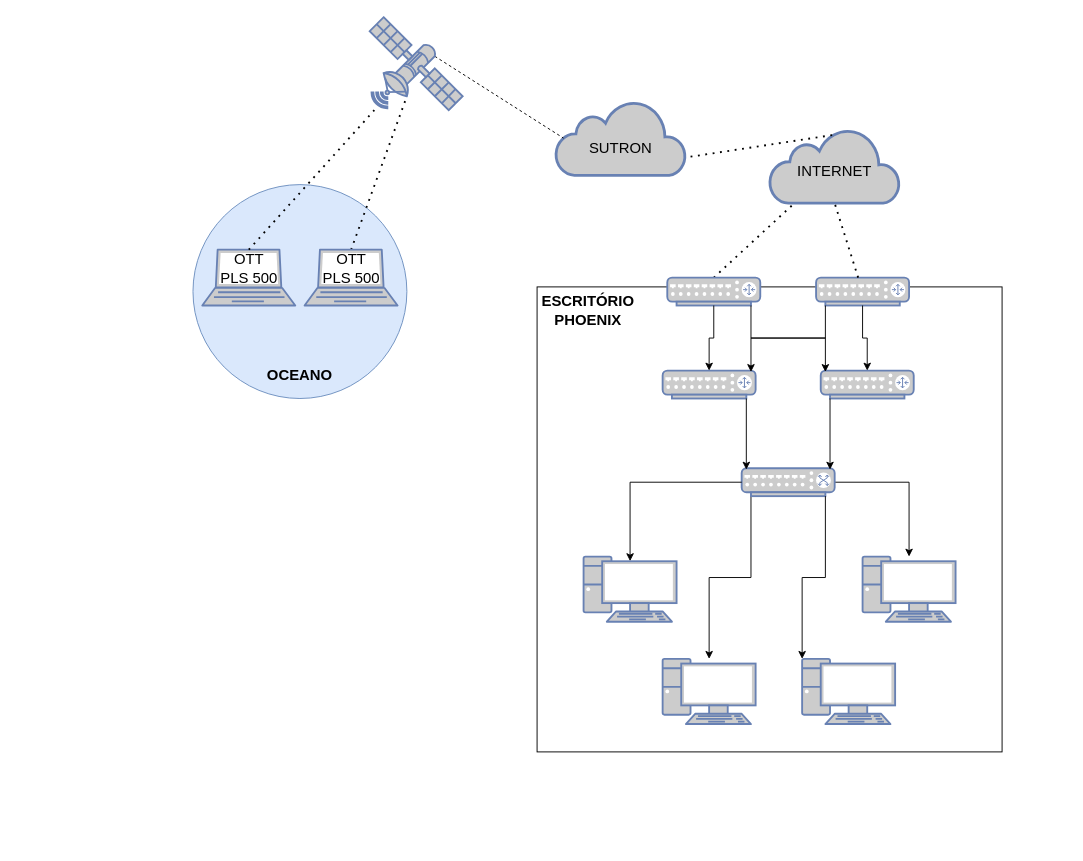
The draw.io diagram PhoenixSystems.drawio in ChangeNameLaterGS/Name-Netwok, before the edit. Source tidied: cells renumbered, new cells numbered last; positions are measured from the earlier drawing's top-left corner, leaving out a move shared by most shapes. Both pictures are drawn from the tidied source at 93%, with x=0, y=0 at pixel (193, 17).
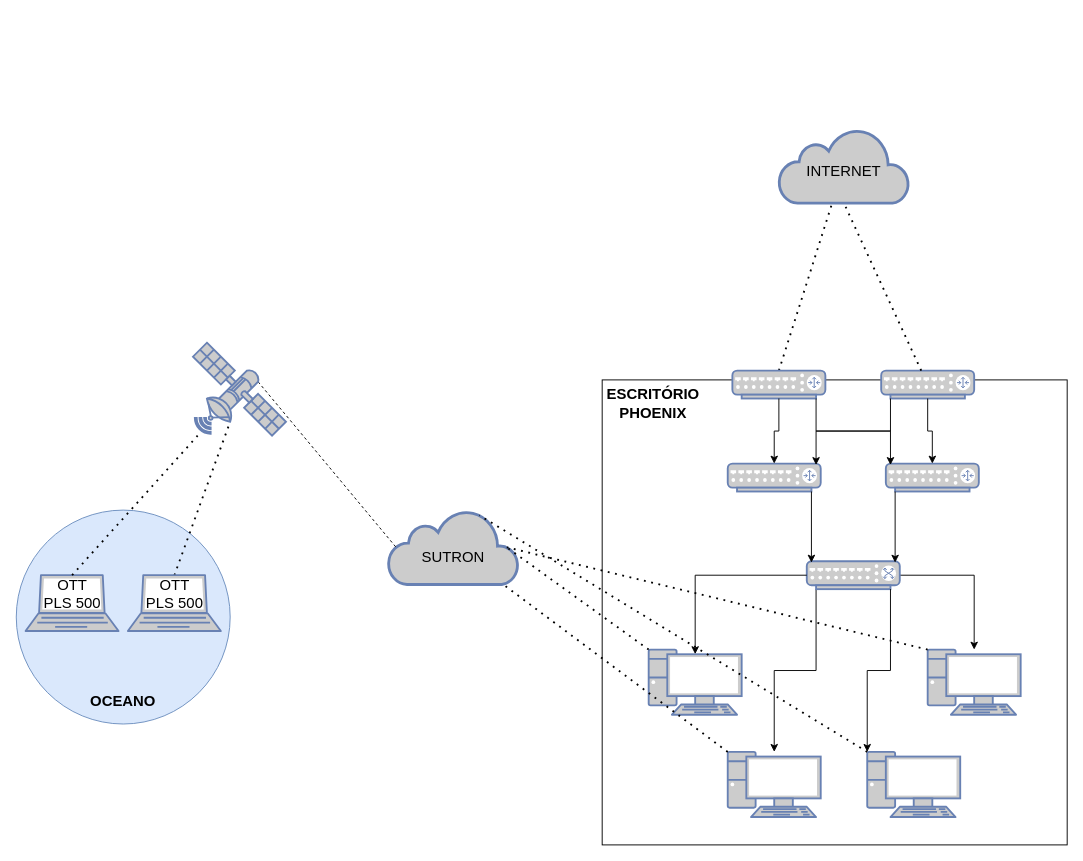
The same diagram, later.

Change to the diagram source:
```diff
@@
     <mxCell id="2" style="html=1;outlineConnect=0;fillColor=#CCCCCC;strokeColor=#6881B3;gradientColor=none;gradientDirection=north;strokeWidth=2;shape=mxgraph.networks.cloud;fontColor=#ffffff;" parent="1" vertex="1">
-      <mxGeometry x="390" y="90" width="140" height="80" as="geometry" />
+      <mxGeometry x="210" y="530" width="140" height="80" as="geometry" />
     </mxCell>
@@
     <mxCell id="4" style="ellipse;whiteSpace=wrap;html=1;fillColor=#dae8fc;strokeColor=#6c8ebf;" parent="1" vertex="1">
-      <mxGeometry y="180" width="230" height="230" as="geometry" />
+      <mxGeometry x="-190" y="530" width="230" height="230" as="geometry" />
     </mxCell>
     <mxCell id="5" value="SUTRON" style="rounded=0;whiteSpace=wrap;html=1;strokeColor=none;fillColor=none;strokeWidth=2;fontSize=16;" parent="1" vertex="1">
-      <mxGeometry x="425" y="125" width="70" height="30" as="geometry" />
+      <mxGeometry x="245" y="565" width="70" height="30" as="geometry" />
     </mxCell>
     <mxCell id="6" style="html=1;outlineConnect=0;fillColor=#CCCCCC;strokeColor=#6881B3;gradientColor=none;gradientDirection=north;strokeWidth=2;shape=mxgraph.networks.cloud;fontColor=#ffffff;" parent="1" vertex="1">
-      <mxGeometry x="620" y="120" width="140" height="80" as="geometry" />
+      <mxGeometry x="630" y="120" width="140" height="80" as="geometry" />
     </mxCell>
     <mxCell id="7" value="INTERNET" style="rounded=0;whiteSpace=wrap;html=1;strokeColor=none;fillColor=none;strokeWidth=2;fontSize=16;" parent="1" vertex="1">
-      <mxGeometry x="655" y="150" width="70" height="30" as="geometry" />
+      <mxGeometry x="665" y="150" width="70" height="30" as="geometry" />
     </mxCell>
     <mxCell id="8" style="fontColor=#0066CC;verticalAlign=top;verticalLabelPosition=bottom;labelPosition=center;align=center;html=1;outlineConnect=0;fillColor=#CCCCCC;strokeColor=#6881B3;gradientColor=none;gradientDirection=north;strokeWidth=2;shape=mxgraph.networks.satellite;" parent="1" vertex="1">
-      <mxGeometry x="190" width="100" height="100" as="geometry" />
+      <mxGeometry y="350" width="100" height="100" as="geometry" />
     </mxCell>
-    <mxCell id="9" style="endArrow=none;dashed=1;html=1;dashPattern=1 3;strokeWidth=2;rounded=0;entryX=0.5;entryY=0.08;entryDx=0;entryDy=0;entryPerimeter=0;exitX=1.036;exitY=0.75;exitDx=0;exitDy=0;exitPerimeter=0;" parent="1" edge="1" source="2" target="6">
-      <mxGeometry relative="1" as="geometry" />
-    </mxCell>
@@
     <mxCell id="11" style="whiteSpace=wrap;html=1;" parent="1" vertex="1">
-      <mxGeometry x="370" y="290" width="500" height="500" as="geometry" />
+      <mxGeometry x="440" y="390" width="500" height="500" as="geometry" />
     </mxCell>
     <mxCell id="12" style="fontColor=#0066CC;verticalAlign=top;verticalLabelPosition=bottom;labelPosition=center;align=center;html=1;outlineConnect=0;fillColor=#CCCCCC;strokeColor=#6881B3;gradientColor=none;gradientDirection=north;strokeWidth=2;shape=mxgraph.networks.router;" parent="1" vertex="1">
-      <mxGeometry x="510" y="280" width="100" height="30" as="geometry" />
+      <mxGeometry x="580" y="380" width="100" height="30" as="geometry" />
     </mxCell>
@@
     <mxCell id="15" style="fontColor=#0066CC;verticalAlign=top;verticalLabelPosition=bottom;labelPosition=center;align=center;html=1;outlineConnect=0;fillColor=#CCCCCC;strokeColor=#6881B3;gradientColor=none;gradientDirection=north;strokeWidth=2;shape=mxgraph.networks.switch;" parent="1" vertex="1">
-      <mxGeometry x="590" y="485" width="100" height="30" as="geometry" />
+      <mxGeometry x="660" y="585" width="100" height="30" as="geometry" />
     </mxCell>
     <mxCell id="16" style="fontColor=#0066CC;verticalAlign=top;verticalLabelPosition=bottom;labelPosition=center;align=center;html=1;outlineConnect=0;fillColor=#CCCCCC;strokeColor=#6881B3;gradientColor=none;gradientDirection=north;strokeWidth=2;shape=mxgraph.networks.pc;" parent="1" vertex="1">
-      <mxGeometry x="420" y="580" width="100" height="70" as="geometry" />
+      <mxGeometry x="490" y="680" width="100" height="70" as="geometry" />
     </mxCell>
     <mxCell id="17" style="fontColor=#0066CC;verticalAlign=top;verticalLabelPosition=bottom;labelPosition=center;align=center;html=1;outlineConnect=0;fillColor=#CCCCCC;strokeColor=#6881B3;gradientColor=none;gradientDirection=north;strokeWidth=2;shape=mxgraph.networks.pc;" parent="1" vertex="1">
-      <mxGeometry x="505" y="690" width="100" height="70" as="geometry" />
+      <mxGeometry x="575" y="790" width="100" height="70" as="geometry" />
     </mxCell>
     <mxCell id="18" style="fontColor=#0066CC;verticalAlign=top;verticalLabelPosition=bottom;labelPosition=center;align=center;html=1;outlineConnect=0;fillColor=#CCCCCC;strokeColor=#6881B3;gradientColor=none;gradientDirection=north;strokeWidth=2;shape=mxgraph.networks.pc;" parent="1" vertex="1">
-      <mxGeometry x="720" y="580" width="100" height="70" as="geometry" />
+      <mxGeometry x="790" y="680" width="100" height="70" as="geometry" />
     </mxCell>
     <mxCell id="19" style="fontColor=#0066CC;verticalAlign=top;verticalLabelPosition=bottom;labelPosition=center;align=center;html=1;outlineConnect=0;fillColor=#CCCCCC;strokeColor=#6881B3;gradientColor=none;gradientDirection=north;strokeWidth=2;shape=mxgraph.networks.pc;" parent="1" vertex="1">
-      <mxGeometry x="655" y="690" width="100" height="70" as="geometry" />
+      <mxGeometry x="725" y="790" width="100" height="70" as="geometry" />
     </mxCell>
@@
     <mxCell id="22" style="fontColor=#0066CC;verticalAlign=top;verticalLabelPosition=bottom;labelPosition=center;align=center;html=1;outlineConnect=0;fillColor=#CCCCCC;strokeColor=#6881B3;gradientColor=none;gradientDirection=north;strokeWidth=2;shape=mxgraph.networks.laptop;" parent="1" vertex="1">
-      <mxGeometry x="10" y="250" width="100" height="60" as="geometry" />
+      <mxGeometry x="-180" y="600" width="100" height="60" as="geometry" />
     </mxCell>
@@
     <mxCell id="25" value="ESCRITÓRIO PHOENIX" style="rounded=0;whiteSpace=wrap;html=1;strokeColor=none;fillColor=none;strokeWidth=2;fontSize=16;fontStyle=1;" parent="1" vertex="1">
-      <mxGeometry x="390" y="300" width="70" height="30" as="geometry" />
+      <mxGeometry x="460" y="400" width="70" height="30" as="geometry" />
     </mxCell>
     <mxCell id="26" value="OCEANO" style="rounded=0;whiteSpace=wrap;html=1;strokeColor=none;fillColor=none;strokeWidth=2;fontSize=16;fontStyle=1;" parent="1" vertex="1">
-      <mxGeometry x="80" y="370" width="70" height="30" as="geometry" />
+      <mxGeometry x="-110" y="720" width="70" height="30" as="geometry" />
     </mxCell>
     <mxCell id="27" value="OTT PLS 500" style="rounded=0;whiteSpace=wrap;html=1;strokeColor=none;fillColor=none;strokeWidth=2;fontSize=16;" parent="1" vertex="1">
-      <mxGeometry x="27.5" y="260" width="65" height="20" as="geometry" />
+      <mxGeometry x="-162.5" y="610" width="65" height="20" as="geometry" />
     </mxCell>
     <mxCell id="28" style="fontColor=#0066CC;verticalAlign=top;verticalLabelPosition=bottom;labelPosition=center;align=center;html=1;outlineConnect=0;fillColor=#CCCCCC;strokeColor=#6881B3;gradientColor=none;gradientDirection=north;strokeWidth=2;shape=mxgraph.networks.laptop;" parent="1" vertex="1">
-      <mxGeometry x="120" y="250" width="100" height="60" as="geometry" />
+      <mxGeometry x="-70" y="600" width="100" height="60" as="geometry" />
     </mxCell>
     <mxCell id="29" value="OTT PLS 500" style="rounded=0;whiteSpace=wrap;html=1;strokeColor=none;fillColor=none;strokeWidth=2;fontSize=16;" parent="1" vertex="1">
-      <mxGeometry x="137.5" y="260" width="65" height="20" as="geometry" />
+      <mxGeometry x="-52.5" y="610" width="65" height="20" as="geometry" />
     </mxCell>
     <mxCell id="30" style="fontColor=#0066CC;verticalAlign=top;verticalLabelPosition=bottom;labelPosition=center;align=center;html=1;outlineConnect=0;fillColor=#CCCCCC;strokeColor=#6881B3;gradientColor=none;gradientDirection=north;strokeWidth=2;shape=mxgraph.networks.router;" parent="1" vertex="1">
-      <mxGeometry x="670" y="280" width="100" height="30" as="geometry" />
+      <mxGeometry x="740" y="380" width="100" height="30" as="geometry" />
     </mxCell>
@@
     <mxCell id="32" style="fontColor=#0066CC;verticalAlign=top;verticalLabelPosition=bottom;labelPosition=center;align=center;html=1;outlineConnect=0;fillColor=#CCCCCC;strokeColor=#6881B3;gradientColor=none;gradientDirection=north;strokeWidth=2;shape=mxgraph.networks.router;" parent="1" vertex="1">
-      <mxGeometry x="505" y="380" width="100" height="30" as="geometry" />
+      <mxGeometry x="575" y="480" width="100" height="30" as="geometry" />
     </mxCell>
     <mxCell id="33" style="fontColor=#0066CC;verticalAlign=top;verticalLabelPosition=bottom;labelPosition=center;align=center;html=1;outlineConnect=0;fillColor=#CCCCCC;strokeColor=#6881B3;gradientColor=none;gradientDirection=north;strokeWidth=2;shape=mxgraph.networks.router;" parent="1" vertex="1">
-      <mxGeometry x="675" y="380" width="100" height="30" as="geometry" />
+      <mxGeometry x="745" y="480" width="100" height="30" as="geometry" />
     </mxCell>
@@
+    <mxCell id="40" style="endArrow=none;dashed=1;html=1;dashPattern=1 3;strokeWidth=2;rounded=0;entryX=0.91;entryY=0.5;entryDx=0;entryDy=0;entryPerimeter=0;exitX=0;exitY=0;exitDx=0;exitDy=0;exitPerimeter=0;" parent="1" edge="1" source="16" target="2">
+      <mxGeometry relative="1" as="geometry" />
+    </mxCell>
+    <mxCell id="41" style="endArrow=none;dashed=1;html=1;dashPattern=1 3;strokeWidth=2;rounded=0;exitX=0;exitY=0;exitDx=0;exitDy=0;exitPerimeter=0;" parent="1" edge="1" source="17" target="2">
+      <mxGeometry relative="1" as="geometry" />
+    </mxCell>
+    <mxCell id="42" style="endArrow=none;dashed=1;html=1;dashPattern=1 3;strokeWidth=2;rounded=0;exitX=0;exitY=0;exitDx=0;exitDy=0;exitPerimeter=0;entryX=0.91;entryY=0.5;entryDx=0;entryDy=0;entryPerimeter=0;" parent="1" edge="1" source="18" target="2">
+      <mxGeometry relative="1" as="geometry" />
+    </mxCell>
+    <mxCell id="43" style="endArrow=none;dashed=1;html=1;dashPattern=1 3;strokeWidth=2;rounded=0;exitX=0;exitY=0;exitDx=0;exitDy=0;exitPerimeter=0;entryX=0.7;entryY=0.07;entryDx=0;entryDy=0;entryPerimeter=0;" parent="1" edge="1" source="19" target="2">
+      <mxGeometry relative="1" as="geometry" />
+    </mxCell>
```
